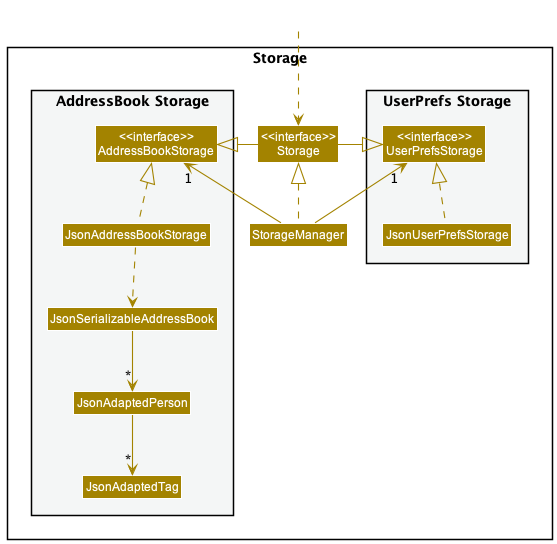
nus-cs2103-AY2223S2/tp keeps this PlantUML diagram as docs/images/StorageClassDiagram.png. Above is the earlier version.
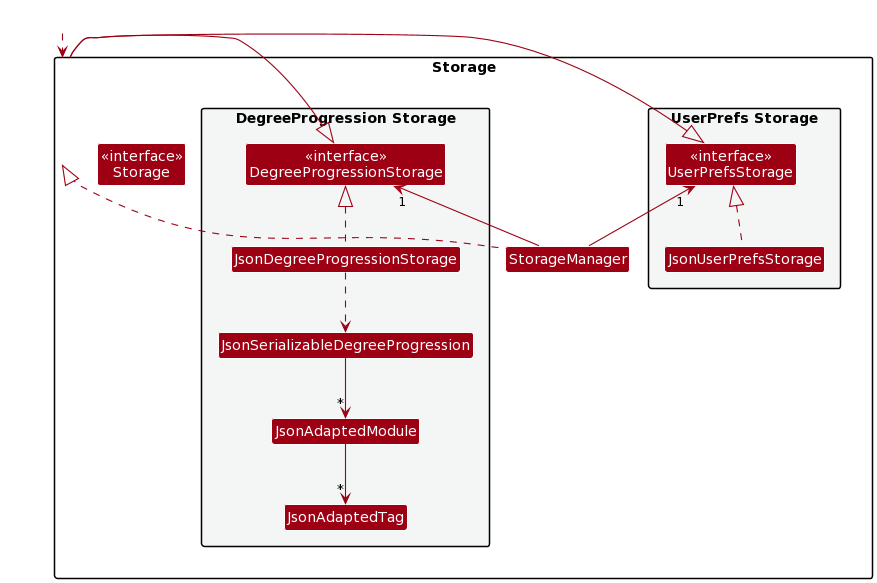
Above is the later version.

Diff of the diagram source:
```diff
@@ -1,8 +1,73 @@
 @startuml
-!include style.puml
+!define UI_COLOR #1D8900
+!define UI_COLOR_T1 #83E769
+!define UI_COLOR_T2 #3FC71B
+!define UI_COLOR_T3 #166800
+!define UI_COLOR_T4 #0E4100
+
+!define LOGIC_COLOR #3333C4
+!define LOGIC_COLOR_T1 #C8C8FA
+!define LOGIC_COLOR_T2 #6A6ADC
+!define LOGIC_COLOR_T3 #1616B0
+!define LOGIC_COLOR_T4 #101086
+
+!define MODEL_COLOR #9D0012
+!define MODEL_COLOR_T1 #F97181
+!define MODEL_COLOR_T2 #E41F36
+!define MODEL_COLOR_T3 #7B000E
+!define MODEL_COLOR_T4 #51000A
+
+!define STORAGE_COLOR #A38300
+!define STORAGE_COLOR_T1 #FFE374
+!define STORAGE_COLOR_T2 #EDC520
+!define STORAGE_COLOR_T3 #806600
+!define STORAGE_COLOR_T2 #544400
+
+!define USER_COLOR #000000
+
+skinparam BackgroundColor #FFFFFFF
+
+skinparam Shadowing false
+
+skinparam Class {
+    FontColor #FFFFFF
+    BorderThickness 1
+    BorderColor #FFFFFF
+    StereotypeFontColor #FFFFFF
+    FontName Arial
+}
+
+skinparam Actor {
+    BorderColor USER_COLOR
+    Color USER_COLOR
+    FontName Arial
+}
+
+skinparam Sequence {
+    MessageAlign center
+    BoxFontSize 15
+    BoxPadding 0
+    BoxFontColor #FFFFFF
+    FontName Arial
+}
+
+skinparam Participant {
+    FontColor #FFFFFFF
+    Padding 20
+}
+
+skinparam MinClassWidth 50
+skinparam ParticipantPadding 10
+skinparam Shadowing false
+skinparam DefaultTextAlignment center
+skinparam packageStyle Rectangle
+
+hide footbox
+hide members
+hide circle
 skinparam arrowThickness 1.1
-skinparam arrowColor STORAGE_COLOR
-skinparam classBackgroundColor STORAGE_COLOR
+skinparam arrowColor MODEL_COLOR
+skinparam classBackgroundColor MODEL_COLOR
 
 package Storage{
 
@@ -14,11 +79,11 @@
 Class "<<interface>>\nStorage" as Storage
 Class StorageManager
 
-package "AddressBook Storage" #F4F6F6{
-Class "<<interface>>\nAddressBookStorage" as AddressBookStorage
-Class JsonAddressBookStorage
-Class JsonSerializableAddressBook
-Class JsonAdaptedPerson
+package "DegreeProgression Storage" #F4F6F6{
+Class "<<interface>>\nDegreeProgressionStorage" as DegreeProgressionStorage
+Class JsonDegreeProgressionStorage
+Class JsonSerializableDegreeProgression
+Class JsonAdaptedModule
 Class JsonAdaptedTag
 }
 
@@ -29,15 +94,14 @@
 
 StorageManager .up.|> Storage
 StorageManager -up-> "1" UserPrefsStorage
-StorageManager -up-> "1" AddressBookStorage
+StorageManager -up-> "1" DegreeProgressionStorage
 
 Storage -left-|> UserPrefsStorage
-Storage -right-|> AddressBookStorage
+Storage -right-|> DegreeProgressionStorage
 
 JsonUserPrefsStorage .up.|> UserPrefsStorage
-JsonAddressBookStorage .up.|> AddressBookStorage
-JsonAddressBookStorage ..> JsonSerializableAddressBook
-JsonSerializableAddressBook --> "*" JsonAdaptedPerson
-JsonAdaptedPerson --> "*" JsonAdaptedTag
-
+JsonDegreeProgressionStorage .up.|> DegreeProgressionStorage
+JsonDegreeProgressionStorage ..> JsonSerializableDegreeProgression
+JsonSerializableDegreeProgression --> "*" JsonAdaptedModule
+JsonAdaptedModule --> "*" JsonAdaptedTag
 @enduml
```
